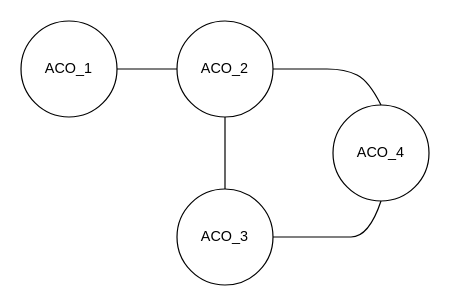
Before: page "Ticket Master Topology" (3 of 6) of Relazione/diagrams/sequence_diagrams.drawio in kr0bi/distributed-systems, a draw.io diagram. Source tidied: cells renumbered, new cells numbered last; positions are measured from the earlier drawing's top-left corner, leaving out a move shared by most shapes. Both pictures are drawn from the tidied source at 120%, with x=0, y=0 at pixel (20, 20).
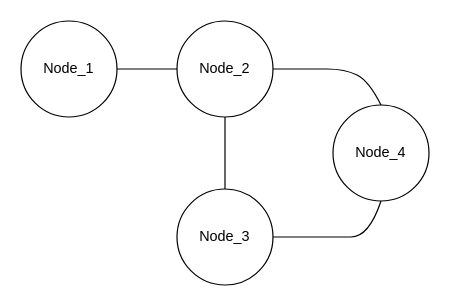
Above is the later version.

What changed in the source:
```diff
@@
 <mxGraphModel>
   <root>
     <mxCell id="0" />
     <mxCell id="1" parent="0" />
-    <mxCell id="2" value="ACO_2" style="ellipse;whiteSpace=wrap;html=1;" parent="1" vertex="1">
+    <mxCell id="2" value="Node_2" style="ellipse;whiteSpace=wrap;html=1;" parent="1" vertex="1">
       <mxGeometry x="130" width="80" height="80" as="geometry" />
     </mxCell>
-    <mxCell id="3" value="ACO_3" style="ellipse;whiteSpace=wrap;html=1;" parent="1" vertex="1">
+    <mxCell id="3" value="Node_3" style="ellipse;whiteSpace=wrap;html=1;" parent="1" vertex="1">
       <mxGeometry x="130" y="140" width="80" height="80" as="geometry" />
     </mxCell>
-    <mxCell id="4" value="ACO_4" style="ellipse;whiteSpace=wrap;html=1;" parent="1" vertex="1">
+    <mxCell id="4" value="Node_4" style="ellipse;whiteSpace=wrap;html=1;" parent="1" vertex="1">
       <mxGeometry x="260" y="70" width="80" height="80" as="geometry" />
     </mxCell>
     <mxCell id="5" style="endArrow=none;html=1;rounded=0;entryX=1;entryY=0.5;entryDx=0;entryDy=0;exitX=0;exitY=0.5;exitDx=0;exitDy=0;" parent="1" edge="1" source="2" target="6">
       <mxGeometry relative="1" as="geometry" />
     </mxCell>
-    <mxCell id="6" value="ACO_1" style="ellipse;whiteSpace=wrap;html=1;" parent="1" vertex="1">
+    <mxCell id="6" value="Node_1" style="ellipse;whiteSpace=wrap;html=1;" parent="1" vertex="1">
       <mxGeometry width="80" height="80" as="geometry" />
     </mxCell>
     <mxCell id="7" style="endArrow=none;html=1;rounded=0;entryX=0.5;entryY=1;entryDx=0;entryDy=0;exitX=0.5;exitY=0;exitDx=0;exitDy=0;" parent="1" edge="1" source="3" target="2">
       <mxGeometry relative="1" as="geometry" />
     </mxCell>
     <mxCell id="8" style="curved=1;endArrow=none;html=1;rounded=0;entryX=1;entryY=0.5;entryDx=0;entryDy=0;exitX=0.5;exitY=0;exitDx=0;exitDy=0;endFill=0;" parent="1" edge="1" source="4" target="2">
       <mxGeometry relative="1" as="geometry">
         <Array as="points">
           <mxPoint x="290" y="50" />
           <mxPoint x="270" y="40" />
           <mxPoint x="240" y="40" />
         </Array>
       </mxGeometry>
     </mxCell>
     <mxCell id="9" style="curved=1;endArrow=none;html=1;rounded=0;exitX=0.5;exitY=1;exitDx=0;exitDy=0;endFill=0;entryX=1;entryY=0.5;entryDx=0;entryDy=0;" parent="1" edge="1" source="4" target="3">
       <mxGeometry relative="1" as="geometry">
         <Array as="points">
           <mxPoint x="290" y="180" />
           <mxPoint x="260" y="180" />
         </Array>
       </mxGeometry>
     </mxCell>
   </root>
 </mxGraphModel>
```
